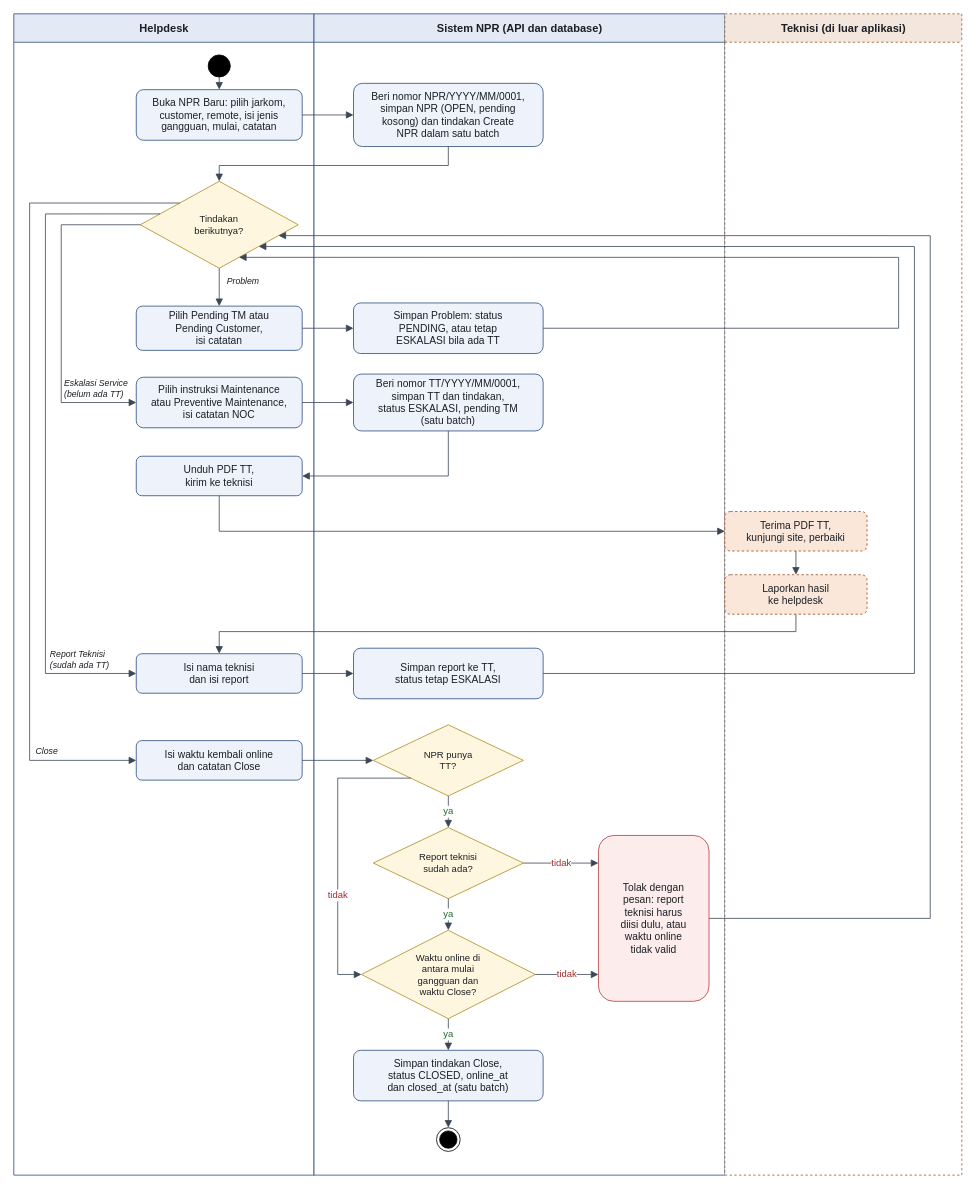
The draw.io diagram review/gambar/diagram/03b-activity-siklus-npr.drawio in felicidad126/tyio, before the edit. Source tidied: cells renumbered, new cells numbered last; positions are measured from the earlier drawing's top-left corner, leaving out a move shared by most shapes. Both pictures are drawn from the tidied source at 79%, with x=0, y=0 at pixel (13, 13).
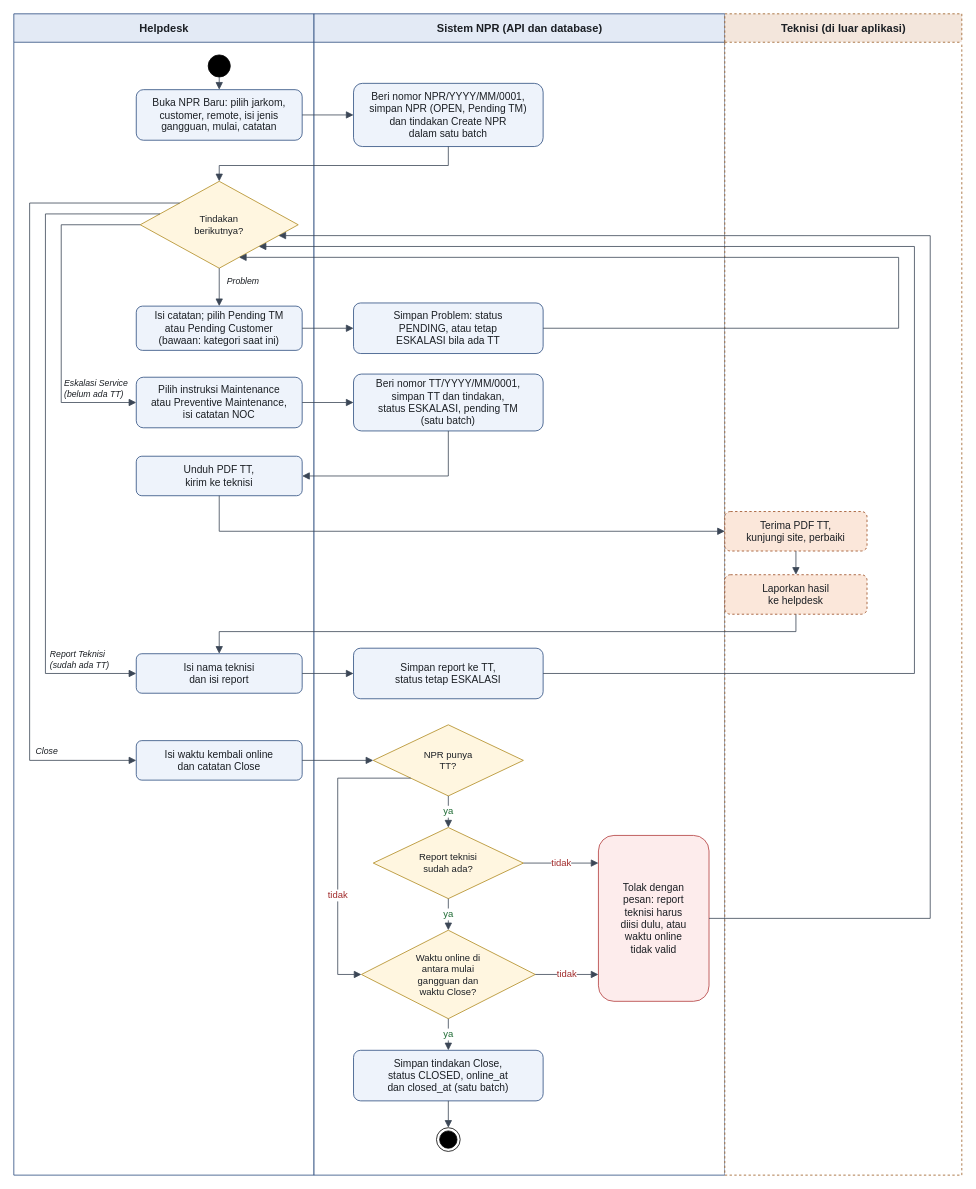
The same page after the edit.

The edit, as a diff of the source:
```diff
@@
-    <mxCell id="7" value="Beri nomor NPR/YYYY/MM/0001,&#10;simpan NPR (OPEN, pending&#10;kosong) dan tindakan Create&#10;NPR dalam satu batch" style="fontFamily=Arial;fontColor=#1B1F24;rounded=1;arcSize=14;whiteSpace=wrap;html=1;fillColor=#EEF3FB;strokeColor=#2B4C7E;fontSize=13;" parent="1" vertex="1">
+    <mxCell id="7" value="Beri nomor NPR/YYYY/MM/0001,&#10;simpan NPR (OPEN, Pending TM)&#10;dan tindakan Create NPR&#10;dalam satu batch" style="fontFamily=Arial;fontColor=#1B1F24;rounded=1;arcSize=14;whiteSpace=wrap;html=1;fillColor=#EEF3FB;strokeColor=#2B4C7E;fontSize=13;" parent="1" vertex="1">
       <mxGeometry x="430" y="88" width="240" height="80" as="geometry" />
     </mxCell>
@@
-    <mxCell id="9" value="Pilih Pending TM atau&#10;Pending Customer,&#10;isi catatan" style="fontFamily=Arial;fontColor=#1B1F24;rounded=1;arcSize=14;whiteSpace=wrap;html=1;fillColor=#EEF3FB;strokeColor=#2B4C7E;fontSize=13;" parent="1" vertex="1">
+    <mxCell id="9" value="Isi catatan; pilih Pending TM&#10;atau Pending Customer&#10;(bawaan: kategori saat ini)" style="fontFamily=Arial;fontColor=#1B1F24;rounded=1;arcSize=14;whiteSpace=wrap;html=1;fillColor=#EEF3FB;strokeColor=#2B4C7E;fontSize=13;" parent="1" vertex="1">
       <mxGeometry x="155" y="370" width="210" height="56" as="geometry" />
     </mxCell>
```
